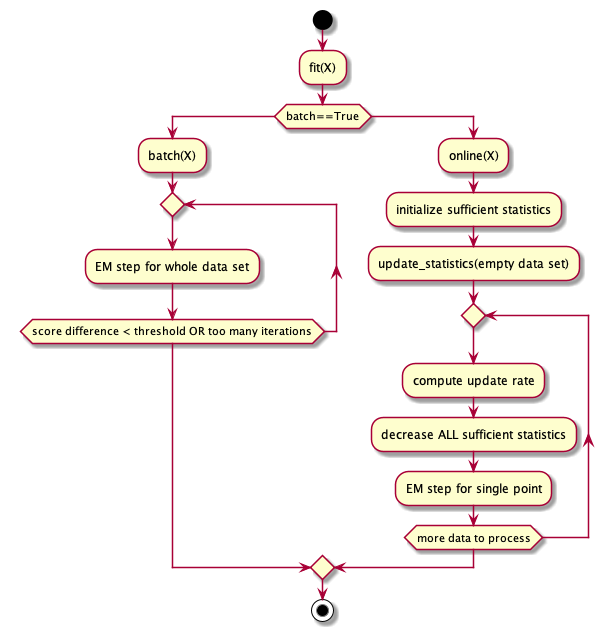
Before: doc/source/_static/OnlineBatch.png, a diagram exported from PlantUML (yasamansamiee/aiml_troubleshooting).
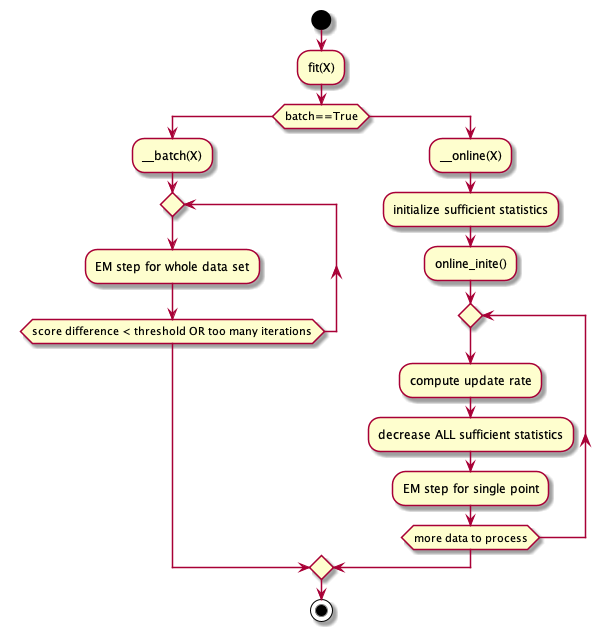
The same diagram one commit later.

The edit, as a diff of the source:
```diff
@@ -3,14 +3,14 @@
 start
 :fit(X);
 if (batch==True) then
-:batch(X);
+:__batch(X);
 repeat
 :EM step for whole data set;
 repeat while (score difference < threshold OR too many iterations)
 else
-:online(X);
+:__online(X);
 :initialize sufficient statistics;
-:update_statistics(empty data set);
+:online_inite();
 repeat
 :compute update rate;
 :decrease ALL sufficient statistics;
```
